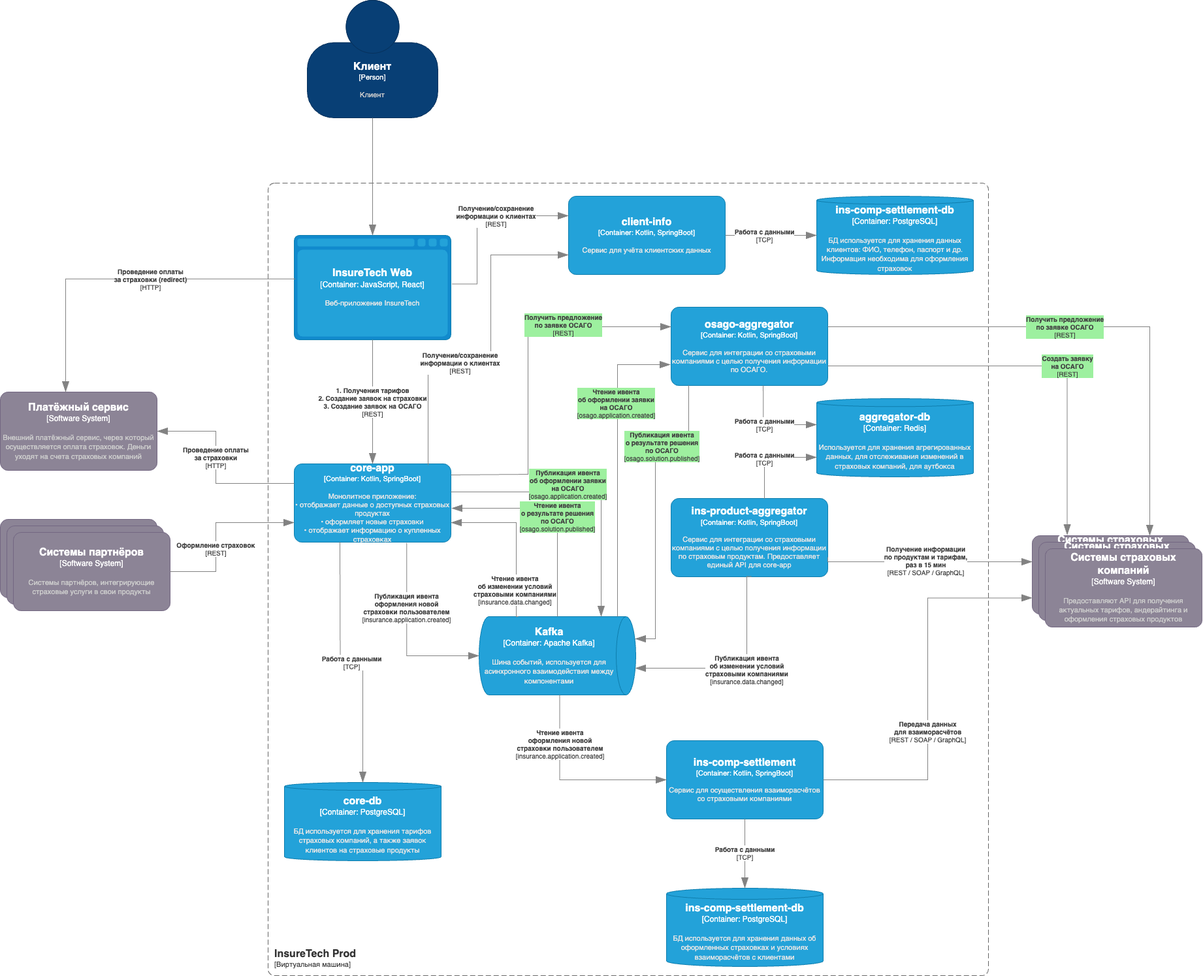
Before: Exc4/insure_tech_tech_arch_to_be.drawio.png, a diagram exported from draw.io (baidinvladislav/architecture-sprint-6). Source tidied: cells renumbered, new cells last; positions are measured from the earlier drawing's top-left corner, leaving out a move shared by most shapes.
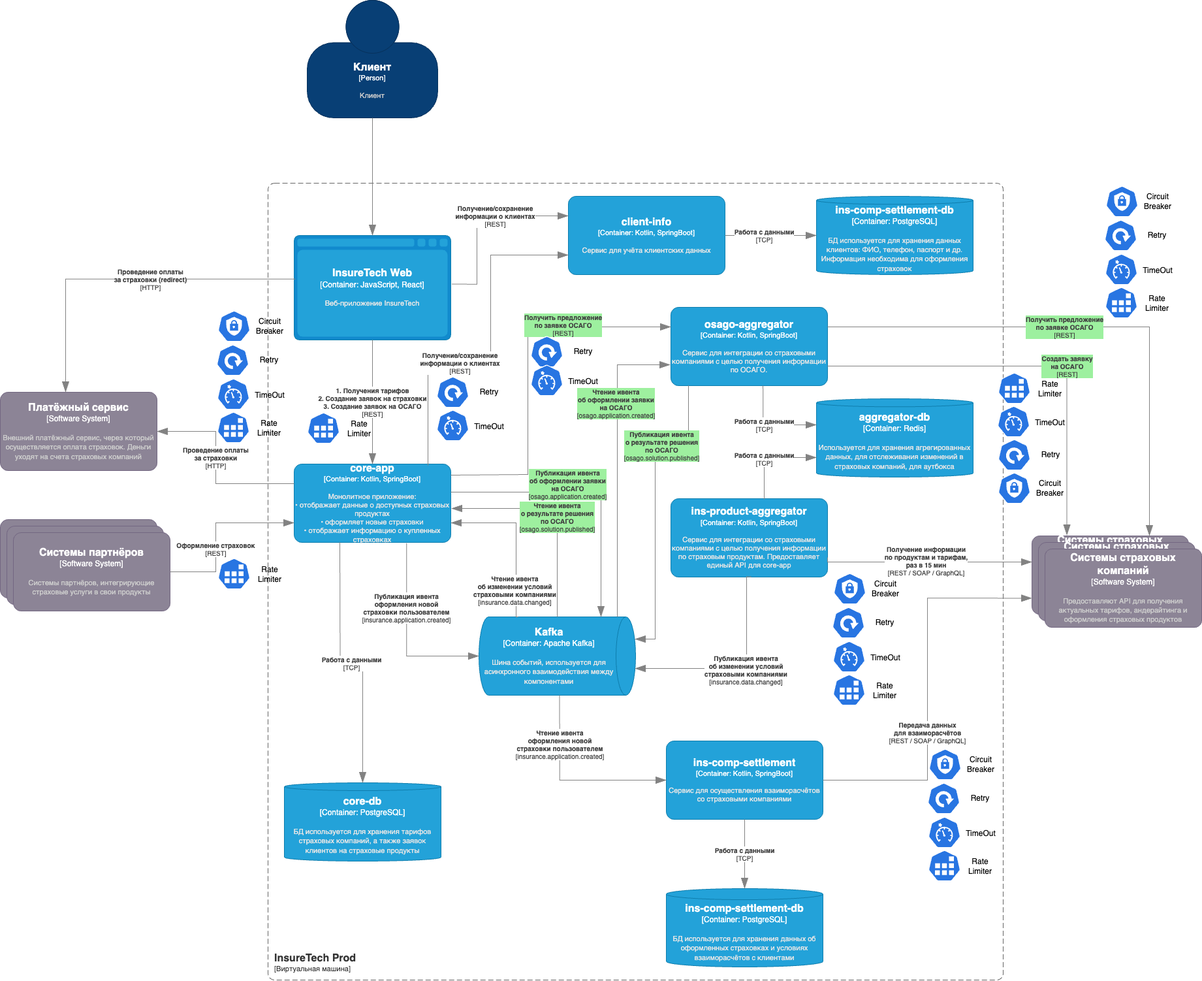
After the commit.

Change to the diagram source:
```diff
@@ -4,7 +4,7 @@
     <mxCell id="1" parent="0" />
     <object id="2" label="&lt;font style=&quot;font-size: 16px&quot;&gt;&lt;b&gt;&lt;div style=&quot;text-align: left&quot;&gt;%c4Name%&lt;/div&gt;&lt;/b&gt;&lt;/font&gt;&lt;div style=&quot;text-align: left&quot;&gt;[%c4Application%]&lt;/div&gt;" c4Application="Виртуальная машина" c4Name="InsureTech Prod" c4Type="SystemScopeBoundary" placeholders="1">
       <mxCell style="rounded=1;fontSize=11;whiteSpace=wrap;html=1;dashed=1;arcSize=20;fillColor=none;strokeColor=#666666;fontColor=#333333;labelBackgroundColor=light-dark(#ffffff, #ededed);align=left;verticalAlign=bottom;labelBorderColor=none;spacingTop=0;spacing=10;dashPattern=8 4;perimeter=rectanglePerimeter;noLabel=0;labelPadding=0;absoluteArcSize=1;" parent="1" vertex="1">
-        <mxGeometry x="410" y="280" width="1103" height="1214" as="geometry" />
+        <mxGeometry x="410" y="280" width="1126" height="1220" as="geometry" />
       </mxCell>
     </object>
     <object id="3" label="&lt;font style=&quot;font-size: 16px&quot;&gt;&lt;b&gt;%c4Type%&lt;/b&gt;&lt;/font&gt;&lt;div&gt;[%c4Container%:&amp;nbsp;%c4Technology%]&lt;/div&gt;&lt;br&gt;&lt;div&gt;&lt;font style=&quot;font-size: 11px&quot;&gt;&lt;font color=&quot;#E6E6E6&quot;&gt;%c4Description%&lt;/font&gt;&lt;/div&gt;" c4Container="Container" c4Description="БД используется для хранения тарифов страховых компаний, а также заявок клиентов на страховые продукты" c4Technology="PostgreSQL" c4Type="core-db" placeholders="1">
@@ -331,5 +331,161 @@
         </mxGeometry>
       </mxCell>
     </object>
+    <mxCell id="47" style="sketch=0;html=1;dashed=0;whitespace=wrap;verticalLabelPosition=bottom;verticalAlign=top;fillColor=#2875E2;strokeColor=#ffffff;shape=mxgraph.kubernetes.icon2;prIcon=job;" parent="1" vertex="1">
+      <mxGeometry x="1692" y="439" width="50" height="48" as="geometry" />
+    </mxCell>
+    <mxCell id="48" value="Rate Limiter" style="text;html=1;align=center;verticalAlign=middle;whiteSpace=wrap;rounded=0;" parent="1" vertex="1">
+      <mxGeometry x="1742" y="449" width="60" height="30" as="geometry" />
+    </mxCell>
+    <mxCell id="49" style="sketch=0;html=1;dashed=0;whitespace=wrap;verticalLabelPosition=bottom;verticalAlign=top;fillColor=#2875E2;strokeColor=#ffffff;shape=mxgraph.kubernetes.icon2;prIcon=job;" parent="1" vertex="1">
+      <mxGeometry x="1528" y="570" width="50" height="48" as="geometry" />
+    </mxCell>
+    <mxCell id="50" value="Rate Limiter" style="text;html=1;align=center;verticalAlign=middle;whiteSpace=wrap;rounded=0;" parent="1" vertex="1">
+      <mxGeometry x="1578" y="580" width="60" height="30" as="geometry" />
+    </mxCell>
+    <mxCell id="51" style="sketch=0;html=1;dashed=0;whitespace=wrap;verticalLabelPosition=bottom;verticalAlign=top;fillColor=#2875E2;strokeColor=#ffffff;shape=mxgraph.kubernetes.icon2;prIcon=quota;" parent="1" vertex="1">
+      <mxGeometry x="1692" y="388" width="50" height="48" as="geometry" />
+    </mxCell>
+    <mxCell id="52" value="TimeOut" style="text;html=1;align=center;verticalAlign=middle;whiteSpace=wrap;rounded=0;" parent="1" vertex="1">
+      <mxGeometry x="1743" y="399" width="60" height="30" as="geometry" />
+    </mxCell>
+    <mxCell id="53" style="sketch=0;html=1;dashed=0;whitespace=wrap;verticalLabelPosition=bottom;verticalAlign=top;fillColor=#2875E2;strokeColor=#ffffff;shape=mxgraph.kubernetes.icon2;prIcon=quota;" parent="1" vertex="1">
+      <mxGeometry x="1527" y="621" width="50" height="48" as="geometry" />
+    </mxCell>
+    <mxCell id="54" value="TimeOut" style="text;html=1;align=center;verticalAlign=middle;whiteSpace=wrap;rounded=0;" parent="1" vertex="1">
+      <mxGeometry x="1578" y="632" width="60" height="30" as="geometry" />
+    </mxCell>
+    <mxCell id="55" style="sketch=0;html=1;dashed=0;whitespace=wrap;verticalLabelPosition=bottom;verticalAlign=top;fillColor=#2875E2;strokeColor=#ffffff;shape=mxgraph.kubernetes.icon2;prIcon=deploy;" parent="1" vertex="1">
+      <mxGeometry x="1691" y="336" width="50" height="48" as="geometry" />
+    </mxCell>
+    <mxCell id="56" value="Retry" style="text;html=1;align=center;verticalAlign=middle;whiteSpace=wrap;rounded=0;" parent="1" vertex="1">
+      <mxGeometry x="1742" y="345" width="60" height="30" as="geometry" />
+    </mxCell>
+    <mxCell id="57" style="sketch=0;html=1;dashed=0;whitespace=wrap;verticalLabelPosition=bottom;verticalAlign=top;fillColor=#2875E2;strokeColor=#ffffff;shape=mxgraph.kubernetes.icon2;prIcon=deploy;" parent="1" vertex="1">
+      <mxGeometry x="1528" y="672" width="50" height="48" as="geometry" />
+    </mxCell>
+    <mxCell id="58" value="Retry" style="text;html=1;align=center;verticalAlign=middle;whiteSpace=wrap;rounded=0;" parent="1" vertex="1">
+      <mxGeometry x="1579" y="681" width="60" height="30" as="geometry" />
+    </mxCell>
+    <mxCell id="59" style="sketch=0;html=1;dashed=0;whitespace=wrap;verticalLabelPosition=bottom;verticalAlign=top;fillColor=#2875E2;strokeColor=#ffffff;shape=mxgraph.kubernetes.icon2;prIcon=c_role;" parent="1" vertex="1">
+      <mxGeometry x="1528" y="723" width="50" height="48" as="geometry" />
+    </mxCell>
+    <mxCell id="60" value="Circuit Breaker" style="text;html=1;align=center;verticalAlign=middle;whiteSpace=wrap;rounded=0;" parent="1" vertex="1">
+      <mxGeometry x="1578" y="732" width="60" height="30" as="geometry" />
+    </mxCell>
+    <mxCell id="61" style="sketch=0;html=1;dashed=0;whitespace=wrap;verticalLabelPosition=bottom;verticalAlign=top;fillColor=#2875E2;strokeColor=#ffffff;shape=mxgraph.kubernetes.icon2;prIcon=c_role;" parent="1" vertex="1">
+      <mxGeometry x="1693" y="284" width="50" height="48" as="geometry" />
+    </mxCell>
+    <mxCell id="62" value="Circuit Breaker" style="text;html=1;align=center;verticalAlign=middle;whiteSpace=wrap;rounded=0;" parent="1" vertex="1">
+      <mxGeometry x="1743" y="293" width="60" height="30" as="geometry" />
+    </mxCell>
+    <mxCell id="63" style="sketch=0;html=1;dashed=0;whitespace=wrap;verticalLabelPosition=bottom;verticalAlign=top;fillColor=#2875E2;strokeColor=#ffffff;shape=mxgraph.kubernetes.icon2;prIcon=deploy;" parent="1" vertex="1">
+      <mxGeometry x="668" y="576" width="50" height="48" as="geometry" />
+    </mxCell>
+    <mxCell id="64" value="Retry" style="text;html=1;align=center;verticalAlign=middle;whiteSpace=wrap;rounded=0;" parent="1" vertex="1">
+      <mxGeometry x="719" y="585" width="60" height="30" as="geometry" />
+    </mxCell>
+    <mxCell id="65" style="sketch=0;html=1;dashed=0;whitespace=wrap;verticalLabelPosition=bottom;verticalAlign=top;fillColor=#2875E2;strokeColor=#ffffff;shape=mxgraph.kubernetes.icon2;prIcon=job;" parent="1" vertex="1">
+      <mxGeometry x="1275" y="1032" width="50" height="48" as="geometry" />
+    </mxCell>
+    <mxCell id="66" value="Rate Limiter" style="text;html=1;align=center;verticalAlign=middle;whiteSpace=wrap;rounded=0;" parent="1" vertex="1">
+      <mxGeometry x="1325" y="1042" width="60" height="30" as="geometry" />
+    </mxCell>
+    <mxCell id="67" style="sketch=0;html=1;dashed=0;whitespace=wrap;verticalLabelPosition=bottom;verticalAlign=top;fillColor=#2875E2;strokeColor=#ffffff;shape=mxgraph.kubernetes.icon2;prIcon=quota;" parent="1" vertex="1">
+      <mxGeometry x="1275" y="981" width="50" height="48" as="geometry" />
+    </mxCell>
+    <mxCell id="68" value="TimeOut" style="text;html=1;align=center;verticalAlign=middle;whiteSpace=wrap;rounded=0;" parent="1" vertex="1">
+      <mxGeometry x="1326" y="992" width="60" height="30" as="geometry" />
+    </mxCell>
+    <mxCell id="69" style="sketch=0;html=1;dashed=0;whitespace=wrap;verticalLabelPosition=bottom;verticalAlign=top;fillColor=#2875E2;strokeColor=#ffffff;shape=mxgraph.kubernetes.icon2;prIcon=deploy;" parent="1" vertex="1">
+      <mxGeometry x="1274" y="929" width="50" height="48" as="geometry" />
+    </mxCell>
+    <mxCell id="70" value="Retry" style="text;html=1;align=center;verticalAlign=middle;whiteSpace=wrap;rounded=0;" parent="1" vertex="1">
+      <mxGeometry x="1325" y="938" width="60" height="30" as="geometry" />
+    </mxCell>
+    <mxCell id="71" style="sketch=0;html=1;dashed=0;whitespace=wrap;verticalLabelPosition=bottom;verticalAlign=top;fillColor=#2875E2;strokeColor=#ffffff;shape=mxgraph.kubernetes.icon2;prIcon=c_role;" parent="1" vertex="1">
+      <mxGeometry x="1276" y="877" width="50" height="48" as="geometry" />
+    </mxCell>
+    <mxCell id="72" value="Circuit Breaker" style="text;html=1;align=center;verticalAlign=middle;whiteSpace=wrap;rounded=0;" parent="1" vertex="1">
+      <mxGeometry x="1326" y="886" width="60" height="30" as="geometry" />
+    </mxCell>
+    <mxCell id="73" style="sketch=0;html=1;dashed=0;whitespace=wrap;verticalLabelPosition=bottom;verticalAlign=top;fillColor=#2875E2;strokeColor=#ffffff;shape=mxgraph.kubernetes.icon2;prIcon=job;" parent="1" vertex="1">
+      <mxGeometry x="1421" y="1301" width="50" height="48" as="geometry" />
+    </mxCell>
+    <mxCell id="74" value="Rate Limiter" style="text;html=1;align=center;verticalAlign=middle;whiteSpace=wrap;rounded=0;" parent="1" vertex="1">
+      <mxGeometry x="1471" y="1311" width="60" height="30" as="geometry" />
+    </mxCell>
+    <mxCell id="75" style="sketch=0;html=1;dashed=0;whitespace=wrap;verticalLabelPosition=bottom;verticalAlign=top;fillColor=#2875E2;strokeColor=#ffffff;shape=mxgraph.kubernetes.icon2;prIcon=quota;" parent="1" vertex="1">
+      <mxGeometry x="1421" y="1250" width="50" height="48" as="geometry" />
+    </mxCell>
+    <mxCell id="76" value="TimeOut" style="text;html=1;align=center;verticalAlign=middle;whiteSpace=wrap;rounded=0;" parent="1" vertex="1">
+      <mxGeometry x="1472" y="1261" width="60" height="30" as="geometry" />
+    </mxCell>
+    <mxCell id="77" style="sketch=0;html=1;dashed=0;whitespace=wrap;verticalLabelPosition=bottom;verticalAlign=top;fillColor=#2875E2;strokeColor=#ffffff;shape=mxgraph.kubernetes.icon2;prIcon=deploy;" parent="1" vertex="1">
+      <mxGeometry x="1420" y="1198" width="50" height="48" as="geometry" />
+    </mxCell>
+    <mxCell id="78" value="Retry" style="text;html=1;align=center;verticalAlign=middle;whiteSpace=wrap;rounded=0;" parent="1" vertex="1">
+      <mxGeometry x="1471" y="1207" width="60" height="30" as="geometry" />
+    </mxCell>
+    <mxCell id="79" style="sketch=0;html=1;dashed=0;whitespace=wrap;verticalLabelPosition=bottom;verticalAlign=top;fillColor=#2875E2;strokeColor=#ffffff;shape=mxgraph.kubernetes.icon2;prIcon=c_role;" parent="1" vertex="1">
+      <mxGeometry x="1422" y="1146" width="50" height="48" as="geometry" />
+    </mxCell>
+    <mxCell id="80" value="Circuit Breaker" style="text;html=1;align=center;verticalAlign=middle;whiteSpace=wrap;rounded=0;" parent="1" vertex="1">
+      <mxGeometry x="1472" y="1155" width="60" height="30" as="geometry" />
+    </mxCell>
+    <mxCell id="81" style="sketch=0;html=1;dashed=0;whitespace=wrap;verticalLabelPosition=bottom;verticalAlign=top;fillColor=#2875E2;strokeColor=#ffffff;shape=mxgraph.kubernetes.icon2;prIcon=deploy;" parent="1" vertex="1">
+      <mxGeometry x="812" y="514" width="50" height="48" as="geometry" />
+    </mxCell>
+    <mxCell id="82" value="Retry" style="text;html=1;align=center;verticalAlign=middle;whiteSpace=wrap;rounded=0;" parent="1" vertex="1">
+      <mxGeometry x="863" y="523" width="60" height="30" as="geometry" />
+    </mxCell>
+    <mxCell id="83" style="sketch=0;html=1;dashed=0;whitespace=wrap;verticalLabelPosition=bottom;verticalAlign=top;fillColor=#2875E2;strokeColor=#ffffff;shape=mxgraph.kubernetes.icon2;prIcon=job;" parent="1" vertex="1">
+      <mxGeometry x="332" y="630" width="50" height="48" as="geometry" />
+    </mxCell>
+    <mxCell id="84" value="Rate Limiter" style="text;html=1;align=center;verticalAlign=middle;whiteSpace=wrap;rounded=0;" parent="1" vertex="1">
+      <mxGeometry x="382" y="640" width="60" height="30" as="geometry" />
+    </mxCell>
+    <mxCell id="85" style="sketch=0;html=1;dashed=0;whitespace=wrap;verticalLabelPosition=bottom;verticalAlign=top;fillColor=#2875E2;strokeColor=#ffffff;shape=mxgraph.kubernetes.icon2;prIcon=quota;" parent="1" vertex="1">
+      <mxGeometry x="332" y="579" width="50" height="48" as="geometry" />
+    </mxCell>
+    <mxCell id="86" value="TimeOut" style="text;html=1;align=center;verticalAlign=middle;whiteSpace=wrap;rounded=0;" parent="1" vertex="1">
+      <mxGeometry x="383" y="590" width="60" height="30" as="geometry" />
+    </mxCell>
+    <mxCell id="87" style="sketch=0;html=1;dashed=0;whitespace=wrap;verticalLabelPosition=bottom;verticalAlign=top;fillColor=#2875E2;strokeColor=#ffffff;shape=mxgraph.kubernetes.icon2;prIcon=deploy;" parent="1" vertex="1">
+      <mxGeometry x="331" y="527" width="50" height="48" as="geometry" />
+    </mxCell>
+    <mxCell id="88" value="Retry" style="text;html=1;align=center;verticalAlign=middle;whiteSpace=wrap;rounded=0;" parent="1" vertex="1">
+      <mxGeometry x="382" y="536" width="60" height="30" as="geometry" />
+    </mxCell>
+    <mxCell id="89" style="sketch=0;html=1;dashed=0;whitespace=wrap;verticalLabelPosition=bottom;verticalAlign=top;fillColor=#2875E2;strokeColor=#ffffff;shape=mxgraph.kubernetes.icon2;prIcon=c_role;" parent="1" vertex="1">
+      <mxGeometry x="333" y="475" width="50" height="48" as="geometry" />
+    </mxCell>
+    <mxCell id="90" value="Circuit Breaker" style="text;html=1;align=center;verticalAlign=middle;whiteSpace=wrap;rounded=0;" parent="1" vertex="1">
+      <mxGeometry x="383" y="484" width="60" height="30" as="geometry" />
+    </mxCell>
+    <mxCell id="91" style="sketch=0;html=1;dashed=0;whitespace=wrap;verticalLabelPosition=bottom;verticalAlign=top;fillColor=#2875E2;strokeColor=#ffffff;shape=mxgraph.kubernetes.icon2;prIcon=quota;" parent="1" vertex="1">
+      <mxGeometry x="668" y="627" width="50" height="48" as="geometry" />
+    </mxCell>
+    <mxCell id="92" value="TimeOut" style="text;html=1;align=center;verticalAlign=middle;whiteSpace=wrap;rounded=0;" parent="1" vertex="1">
+      <mxGeometry x="719" y="638" width="60" height="30" as="geometry" />
+    </mxCell>
+    <mxCell id="93" style="sketch=0;html=1;dashed=0;whitespace=wrap;verticalLabelPosition=bottom;verticalAlign=top;fillColor=#2875E2;strokeColor=#ffffff;shape=mxgraph.kubernetes.icon2;prIcon=quota;" parent="1" vertex="1">
+      <mxGeometry x="812" y="558" width="50" height="48" as="geometry" />
+    </mxCell>
+    <mxCell id="94" value="TimeOut" style="text;html=1;align=center;verticalAlign=middle;whiteSpace=wrap;rounded=0;" parent="1" vertex="1">
+      <mxGeometry x="863" y="569" width="60" height="30" as="geometry" />
+    </mxCell>
+    <mxCell id="95" style="sketch=0;html=1;dashed=0;whitespace=wrap;verticalLabelPosition=bottom;verticalAlign=top;fillColor=#2875E2;strokeColor=#ffffff;shape=mxgraph.kubernetes.icon2;prIcon=job;" parent="1" vertex="1">
+      <mxGeometry x="333" y="854" width="50" height="48" as="geometry" />
+    </mxCell>
+    <mxCell id="96" value="Rate Limiter" style="text;html=1;align=center;verticalAlign=middle;whiteSpace=wrap;rounded=0;" parent="1" vertex="1">
+      <mxGeometry x="383" y="864" width="60" height="30" as="geometry" />
+    </mxCell>
+    <mxCell id="97" style="sketch=0;html=1;dashed=0;whitespace=wrap;verticalLabelPosition=bottom;verticalAlign=top;fillColor=#2875E2;strokeColor=#ffffff;shape=mxgraph.kubernetes.icon2;prIcon=job;" parent="1" vertex="1">
+      <mxGeometry x="470" y="631" width="50" height="48" as="geometry" />
+    </mxCell>
+    <mxCell id="98" value="Rate Limiter" style="text;html=1;align=center;verticalAlign=middle;whiteSpace=wrap;rounded=0;" parent="1" vertex="1">
+      <mxGeometry x="520" y="641" width="60" height="30" as="geometry" />
+    </mxCell>
   </root>
 </mxGraphModel>
```
